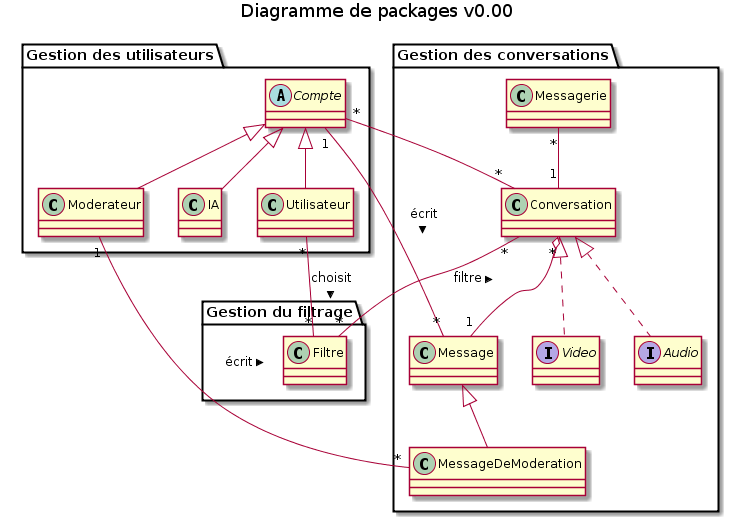
gdarchen/WhatsASI keeps this PlantUML diagram as DC/diagrammes/package-diag.png. Above is the earlier version.
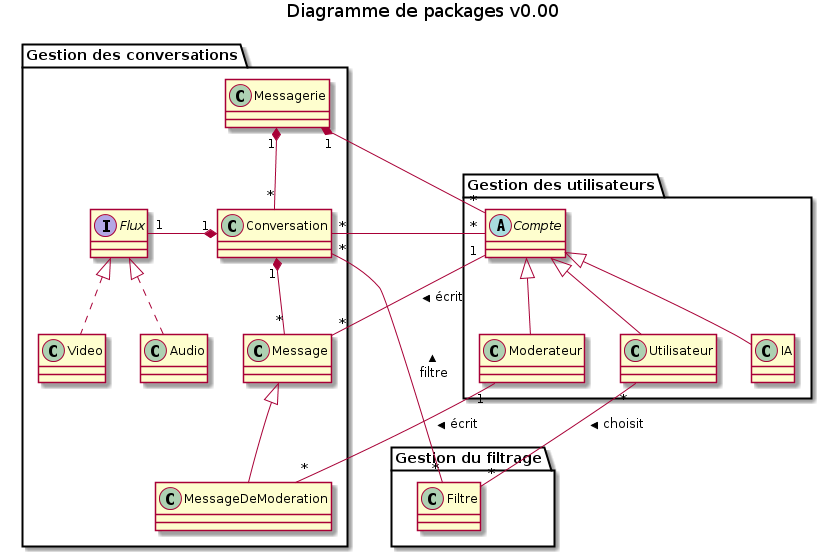
The same file after the commit.

Commit message:
Diagramme de package mis à jour

Change to the diagram source:
```diff
@@ -1,20 +1,21 @@
 @startuml
 title Diagramme de packages v0.00
 
-package "Gestion des conversations" {
+package "Gestion des conversations"{
   class Messagerie
   class Conversation
-  interface Video
-  interface Audio
+  class Video
+  class Audio
   class Message
   class MessageDeModeration
+  interface Flux
 }
 
 package "Gestion des utilisateurs" {
   abstract class Compte
   class Utilisateur
+  class Moderateur
   class IA
-  class Moderateur
 }
 
 package "Gestion du filtrage" {
@@ -22,27 +23,27 @@
 }
 
 
-Messagerie "*" -- "1" Conversation
+Messagerie "1" *-down- "*" Conversation
 
 Compte "*" -- "*" Conversation
+
+Messagerie "1" *-down- "*" Compte
 
 Compte <|-- Moderateur
 Compte <|-- Utilisateur
 Compte <|-- IA
 
-Conversation <|.. Video
-Conversation <|.. Audio
+Conversation "1" *- "1" Flux
+Flux <|.. Video
+Flux <|.. Audio
 
 Utilisateur "*" -- "*" Filtre : choisit >
 
 Conversation "*" -- "*" Filtre : < filtre
 
 Message <|-- MessageDeModeration
-Message "1" -down-o "*" Conversation
+Message "*" -down-* "1" Conversation
 
 Compte "1" -right- "*" Message : écrit >
 MessageDeModeration "*" -- "1" Moderateur : < écrit
-
-
-
 @enduml
```
